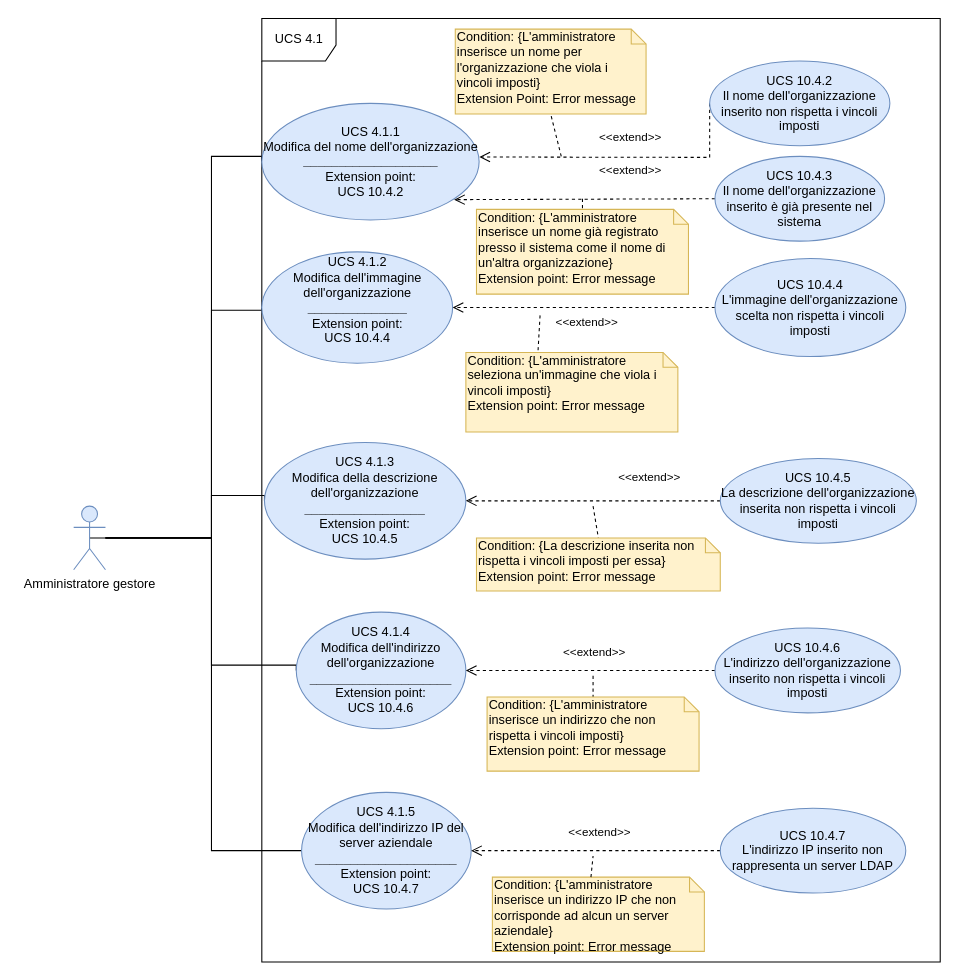
Earlier version of the draw.io diagram DocumentazioneEsterna/AnalisiDeiRequisiti/Sezioni/UseCase/draw.io/UC SERVER/4.1.drawio (qb-team/Stalker-Documentazione). Source tidied: cells renumbered, new cells numbered last; positions are measured from the earlier drawing's top-left corner, leaving out a move shared by most shapes. Both pictures are drawn from the tidied source at 106%, with x=0, y=0 at pixel (73, 18).
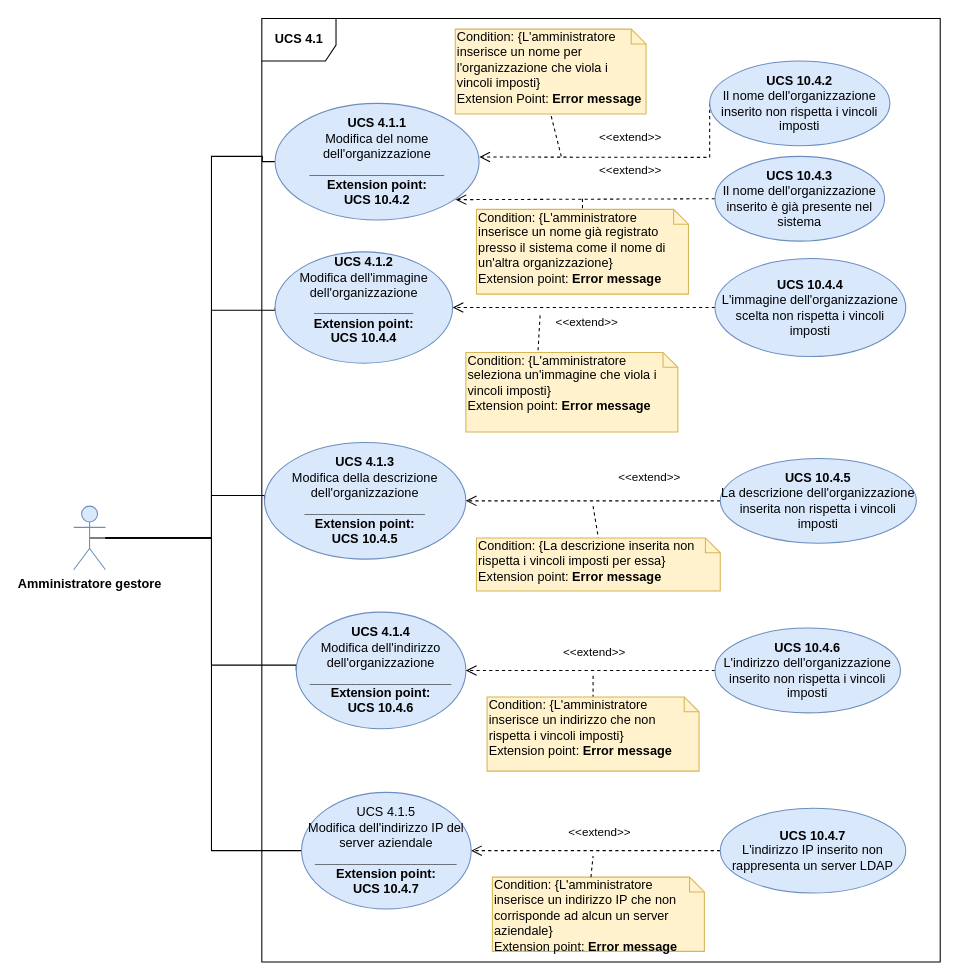
Above is the later version.

The edit, as a diff of the source:
```diff
@@
-    <mxCell id="7" value="Amministratore gestore" style="shape=umlActor;verticalLabelPosition=bottom;labelBackgroundColor=#ffffff;verticalAlign=top;html=1;outlineConnect=0;fillColor=#dae8fc;strokeColor=#6c8ebf;" parent="1" vertex="1">
+    <mxCell id="7" value="&lt;b&gt;Amministratore gestore&lt;/b&gt;" style="shape=umlActor;verticalLabelPosition=bottom;labelBackgroundColor=#ffffff;verticalAlign=top;html=1;outlineConnect=0;fillColor=#dae8fc;strokeColor=#6c8ebf;" parent="1" vertex="1">
       <mxGeometry y="460" width="30" height="60" as="geometry" />
     </mxCell>
-    <mxCell id="8" value="UCS 4.1" style="shape=umlFrame;whiteSpace=wrap;html=1;width=70;height=40;" parent="1" vertex="1">
+    <mxCell id="8" value="&lt;b&gt;UCS 4.1&lt;/b&gt;" style="shape=umlFrame;whiteSpace=wrap;html=1;width=70;height=40;" parent="1" vertex="1">
       <mxGeometry x="177.5" width="640" height="890" as="geometry" />
     </mxCell>
-    <mxCell id="9" value="UCS 4.1.1&lt;br&gt;Modifica del nome dell'organizzazione&lt;br&gt;&lt;b&gt;___________________&lt;br&gt;&lt;/b&gt;Extension point:&lt;br&gt;UCS 10.4.2" style="ellipse;whiteSpace=wrap;html=1;fillColor=#dae8fc;strokeColor=#6c8ebf;" parent="1" vertex="1">
-      <mxGeometry x="177.5" y="80" width="205" height="110" as="geometry" />
+    <mxCell id="9" value="&lt;b&gt;UCS 4.1.1&lt;br&gt;&lt;/b&gt;Modifica del nome dell'organizzazione&lt;br&gt;&lt;b&gt;___________________&lt;br&gt;Extension point:&lt;br&gt;UCS 10.4.2&lt;/b&gt;" style="ellipse;whiteSpace=wrap;html=1;fillColor=#dae8fc;strokeColor=#6c8ebf;" parent="1" vertex="1">
+      <mxGeometry x="190" y="80" width="192.5" height="110" as="geometry" />
     </mxCell>
-    <mxCell id="10" value="UCS 4.1.2&lt;br&gt;Modifica dell'immagine dell'organizzazione&lt;br&gt;&lt;b&gt;______________&lt;/b&gt;&lt;br&gt;Extension point:&lt;br&gt;UCS 10.4.4&lt;br&gt;&lt;span style=&quot;color: rgba(0 , 0 , 0 , 0) ; font-family: monospace ; font-size: 0px ; white-space: nowrap&quot;&gt;dsdsdsdssdddshModel%3E%3Croot%3E%3CmxCell%20id%3D%220%22%2F%3E%3CmxCell%20id%3D%221%22%20parent%3D%220%22%2F%3E%3CmxCell%20id%3D%222%22%20value%3D%22%22%20style%3D%22endArrow%3Dnone%3Bhtml%3D1%3BexitX%3D0.5%3BexitY%3D0.5%3BexitDx%3D0%3BexitDy%3D0%3BexitPerimeter%3D0%3BentryX%3D0%3BentryY%3D0.5%3BentryDx%3D0%3BentryDy%3D0%3B%22%20edge%3D%221%22%20target%3D%223%22%20parent%3D%221%22%3E%3CmxGeometry%20width%3D%2250%22%20height%3D%2250%22%20relative%3D%221%22%20as%3D%22geometry%22%3E%3CmxPoint%20x%3D%225%22%20y%3D%22320%22%20as%3D%22sourcePoint%22%2F%3E%3CmxPoint%20x%3D%22230%22%20y%3D%22250%22%20as%3D%22targetPoint%22%2F%3E%3C%2FmxGeometry%3E%3C%2FmxCell%3E%3CmxCell%20id%3D%223%22%20value%3D%22UCS%204.1.1%26lt%3Bbr%26gt%3BModifica%20del%20nome%20dell'organizzazione%22%20style%3D%22ellipse%3BwhiteSpace%3Dwrap%3Bhtml%3D1%3BfillColor%3D%23dae8fc%3BstrokeColor%3D%236c8ebf%3B%22%20vertex%3D%221%22%20parent%3D%221%22%3E%3CmxGeometry%20x%3D%22225%22%20y%3D%22140%22%20width%3D%22160%22%20height%3D%2280%22%20as%3D%22geometry%22%2F%3E%3C%2FmxCell%3E%3C%2Froot%3E%3C%2FmxGraphModel%3E&lt;/span&gt;&lt;span style=&quot;color: rgba(0 , 0 , 0 , 0) ; font-family: monospace ; font-size: 0px ; white-space: nowrap&quot;&gt;&lt;br&gt;&lt;/span&gt;" style="ellipse;whiteSpace=wrap;html=1;fillColor=#dae8fc;strokeColor=#6c8ebf;" parent="1" vertex="1">
-      <mxGeometry x="177.5" y="220.1" width="180" height="105" as="geometry" />
+    <mxCell id="10" value="&lt;b&gt;UCS 4.1.2&lt;br&gt;&lt;/b&gt;Modifica dell'immagine dell'organizzazione&lt;br&gt;&lt;b&gt;______________&lt;/b&gt;&lt;br&gt;&lt;b&gt;Extension point:&lt;br&gt;UCS 10.4.4&lt;/b&gt;&lt;br&gt;&lt;span style=&quot;color: rgba(0 , 0 , 0 , 0) ; font-family: monospace ; font-size: 0px ; white-space: nowrap&quot;&gt;dsdsdsdssdddshModel%3E%3Croot%3E%3CmxCell%20id%3D%220%22%2F%3E%3CmxCell%20id%3D%221%22%20parent%3D%220%22%2F%3E%3CmxCell%20id%3D%222%22%20value%3D%22%22%20style%3D%22endArrow%3Dnone%3Bhtml%3D1%3BexitX%3D0.5%3BexitY%3D0.5%3BexitDx%3D0%3BexitDy%3D0%3BexitPerimeter%3D0%3BentryX%3D0%3BentryY%3D0.5%3BentryDx%3D0%3BentryDy%3D0%3B%22%20edge%3D%221%22%20target%3D%223%22%20parent%3D%221%22%3E%3CmxGeometry%20width%3D%2250%22%20height%3D%2250%22%20relative%3D%221%22%20as%3D%22geometry%22%3E%3CmxPoint%20x%3D%225%22%20y%3D%22320%22%20as%3D%22sourcePoint%22%2F%3E%3CmxPoint%20x%3D%22230%22%20y%3D%22250%22%20as%3D%22targetPoint%22%2F%3E%3C%2FmxGeometry%3E%3C%2FmxCell%3E%3CmxCell%20id%3D%223%22%20value%3D%22UCS%204.1.1%26lt%3Bbr%26gt%3BModifica%20del%20nome%20dell'organizzazione%22%20style%3D%22ellipse%3BwhiteSpace%3Dwrap%3Bhtml%3D1%3BfillColor%3D%23dae8fc%3BstrokeColor%3D%236c8ebf%3B%22%20vertex%3D%221%22%20parent%3D%221%22%3E%3CmxGeometry%20x%3D%22225%22%20y%3D%22140%22%20width%3D%22160%22%20height%3D%2280%22%20as%3D%22geometry%22%2F%3E%3C%2FmxCell%3E%3C%2Froot%3E%3C%2FmxGraphModel%3E&lt;/span&gt;&lt;span style=&quot;color: rgba(0 , 0 , 0 , 0) ; font-family: monospace ; font-size: 0px ; white-space: nowrap&quot;&gt;&lt;br&gt;&lt;/span&gt;" style="ellipse;whiteSpace=wrap;html=1;fillColor=#dae8fc;strokeColor=#6c8ebf;" parent="1" vertex="1">
+      <mxGeometry x="190" y="220.1" width="167.5" height="105" as="geometry" />
     </mxCell>
-    <mxCell id="11" value="UCS 4.1.3&lt;br&gt;Modifica della descrizione dell'organizzazione&lt;br&gt;&lt;b&gt;_________________&lt;/b&gt;&lt;br&gt;Extension point:&lt;br&gt;UCS 10.4.5" style="ellipse;whiteSpace=wrap;html=1;fillColor=#dae8fc;strokeColor=#6c8ebf;" parent="1" vertex="1">
+    <mxCell id="11" value="&lt;b&gt;UCS 4.1.3&lt;br&gt;&lt;/b&gt;Modifica della descrizione dell'organizzazione&lt;br&gt;&lt;b&gt;_________________&lt;/b&gt;&lt;br&gt;&lt;b&gt;Extension point:&lt;br&gt;UCS 10.4.5&lt;/b&gt;" style="ellipse;whiteSpace=wrap;html=1;fillColor=#dae8fc;strokeColor=#6c8ebf;" parent="1" vertex="1">
       <mxGeometry x="180" y="400" width="190" height="110" as="geometry" />
     </mxCell>
-    <mxCell id="12" value="UCS 4.1.4&lt;br&gt;Modifica dell'indirizzo dell'organizzazione&lt;br&gt;&lt;b&gt;____________________&lt;/b&gt;&lt;br&gt;Extension point:&lt;br&gt;UCS 10.4.6" style="ellipse;whiteSpace=wrap;html=1;fillColor=#dae8fc;strokeColor=#6c8ebf;" parent="1" vertex="1">
+    <mxCell id="12" value="&lt;b&gt;UCS 4.1.4&lt;br&gt;&lt;/b&gt;Modifica dell'indirizzo dell'organizzazione&lt;br&gt;&lt;b&gt;____________________&lt;/b&gt;&lt;br&gt;&lt;b&gt;Extension point:&lt;br&gt;UCS 10.4.6&lt;/b&gt;" style="ellipse;whiteSpace=wrap;html=1;fillColor=#dae8fc;strokeColor=#6c8ebf;" parent="1" vertex="1">
       <mxGeometry x="210" y="560" width="160" height="110" as="geometry" />
     </mxCell>
@@
-    <mxCell id="14" value="UCS 10.4.2&lt;br&gt;Il nome dell'organizzazione inserito non rispetta i vincoli imposti" style="ellipse;whiteSpace=wrap;html=1;fillColor=#dae8fc;strokeColor=#6c8ebf;" parent="1" vertex="1">
+    <mxCell id="14" value="&lt;b&gt;UCS 10.4.2&lt;br&gt;&lt;/b&gt;Il nome dell'organizzazione inserito non rispetta i vincoli imposti" style="ellipse;whiteSpace=wrap;html=1;fillColor=#dae8fc;strokeColor=#6c8ebf;" parent="1" vertex="1">
       <mxGeometry x="600" y="40" width="170" height="80" as="geometry" />
     </mxCell>
@@
-    <mxCell id="16" value="UCS 10.4.3&lt;br&gt;Il nome dell'organizzazione inserito è già presente nel sistema" style="ellipse;whiteSpace=wrap;html=1;fillColor=#dae8fc;strokeColor=#6c8ebf;" parent="1" vertex="1">
+    <mxCell id="16" value="&lt;b&gt;UCS 10.4.3&lt;br&gt;&lt;/b&gt;Il nome dell'organizzazione inserito è già presente nel sistema" style="ellipse;whiteSpace=wrap;html=1;fillColor=#dae8fc;strokeColor=#6c8ebf;" parent="1" vertex="1">
       <mxGeometry x="605" y="130" width="160" height="80" as="geometry" />
     </mxCell>
@@
-    <mxCell id="18" value="UCS 10.4.4&lt;br&gt;L'immagine dell'organizzazione scelta non rispetta i vincoli imposti" style="ellipse;whiteSpace=wrap;html=1;fillColor=#dae8fc;strokeColor=#6c8ebf;" parent="1" vertex="1">
+    <mxCell id="18" value="&lt;b&gt;UCS 10.4.4&lt;br&gt;&lt;/b&gt;L'immagine dell'organizzazione scelta non rispetta i vincoli imposti" style="ellipse;whiteSpace=wrap;html=1;fillColor=#dae8fc;strokeColor=#6c8ebf;" parent="1" vertex="1">
       <mxGeometry x="605" y="226.4" width="180" height="92.5" as="geometry" />
     </mxCell>
@@
-    <mxCell id="20" value="UCS 10.4.5&lt;br&gt;La descrizione dell'organizzazione inserita non rispetta i vincoli imposti" style="ellipse;whiteSpace=wrap;html=1;fillColor=#dae8fc;strokeColor=#6c8ebf;" parent="1" vertex="1">
+    <mxCell id="20" value="&lt;b&gt;UCS 10.4.5&lt;br&gt;&lt;/b&gt;La descrizione dell'organizzazione inserita non rispetta i vincoli imposti" style="ellipse;whiteSpace=wrap;html=1;fillColor=#dae8fc;strokeColor=#6c8ebf;" parent="1" vertex="1">
       <mxGeometry x="610" y="415" width="185" height="80" as="geometry" />
     </mxCell>
@@
-    <mxCell id="22" value="UCS 10.4.6&lt;br&gt;L'indirizzo dell'organizzazione inserito non rispetta i vincoli imposti" style="ellipse;whiteSpace=wrap;html=1;fillColor=#dae8fc;strokeColor=#6c8ebf;" parent="1" vertex="1">
+    <mxCell id="22" value="&lt;b&gt;UCS 10.4.6&lt;br&gt;&lt;/b&gt;L'indirizzo dell'organizzazione inserito non rispetta i vincoli imposti" style="ellipse;whiteSpace=wrap;html=1;fillColor=#dae8fc;strokeColor=#6c8ebf;" parent="1" vertex="1">
       <mxGeometry x="605" y="575" width="175" height="80" as="geometry" />
     </mxCell>
@@
-    <mxCell id="24" value="Condition: {L'amministratore inserisce un nome per l'organizzazione che viola i vincoli imposti}&lt;br&gt;Extension Point: Error message" style="shape=note;whiteSpace=wrap;html=1;size=14;verticalAlign=top;align=left;spacingTop=-6;fillColor=#fff2cc;strokeColor=#d6b656;" parent="1" vertex="1">
+    <mxCell id="24" value="Condition: {L'amministratore inserisce un nome per l'organizzazione che viola i vincoli imposti}&lt;br&gt;Extension Point: &lt;b&gt;Error message&lt;/b&gt;" style="shape=note;whiteSpace=wrap;html=1;size=14;verticalAlign=top;align=left;spacingTop=-6;fillColor=#fff2cc;strokeColor=#d6b656;" parent="1" vertex="1">
       <mxGeometry x="360" y="10" width="180" height="80" as="geometry" />
     </mxCell>
@@
-    <mxCell id="26" value="Condition: {L'amministratore inserisce un nome già registrato presso il sistema come il nome di un'altra organizzazione}&lt;br&gt;Extension point: Error message" style="shape=note;whiteSpace=wrap;html=1;size=14;verticalAlign=top;align=left;spacingTop=-6;fillColor=#fff2cc;strokeColor=#d6b656;" parent="1" vertex="1">
+    <mxCell id="26" value="Condition: {L'amministratore inserisce un nome già registrato presso il sistema come il nome di un'altra organizzazione}&lt;br&gt;Extension point: &lt;b&gt;Error message&lt;/b&gt;" style="shape=note;whiteSpace=wrap;html=1;size=14;verticalAlign=top;align=left;spacingTop=-6;fillColor=#fff2cc;strokeColor=#d6b656;" parent="1" vertex="1">
       <mxGeometry x="380" y="180" width="200" height="80" as="geometry" />
     </mxCell>
@@
-    <mxCell id="28" value="Condition: {L'amministratore seleziona un'immagine che viola i vincoli imposti}&lt;br&gt;Extension point: Error message" style="shape=note;whiteSpace=wrap;html=1;size=14;verticalAlign=top;align=left;spacingTop=-6;fillColor=#fff2cc;strokeColor=#d6b656;" parent="1" vertex="1">
+    <mxCell id="28" value="Condition: {L'amministratore seleziona un'immagine che viola i vincoli imposti}&lt;br&gt;Extension point: &lt;b&gt;Error message&lt;/b&gt;" style="shape=note;whiteSpace=wrap;html=1;size=14;verticalAlign=top;align=left;spacingTop=-6;fillColor=#fff2cc;strokeColor=#d6b656;" parent="1" vertex="1">
       <mxGeometry x="370" y="315" width="200" height="75" as="geometry" />
     </mxCell>
@@
-    <mxCell id="30" value="Condition: {La descrizione inserita non rispetta i vincoli imposti per essa}&lt;br&gt;Extension point: Error message" style="shape=note;whiteSpace=wrap;html=1;size=14;verticalAlign=top;align=left;spacingTop=-6;fillColor=#fff2cc;strokeColor=#d6b656;" parent="1" vertex="1">
+    <mxCell id="30" value="Condition: {La descrizione inserita non rispetta i vincoli imposti per essa}&lt;br&gt;Extension point: &lt;b&gt;Error message&lt;/b&gt;" style="shape=note;whiteSpace=wrap;html=1;size=14;verticalAlign=top;align=left;spacingTop=-6;fillColor=#fff2cc;strokeColor=#d6b656;" parent="1" vertex="1">
       <mxGeometry x="380" y="490" width="230" height="50" as="geometry" />
     </mxCell>
@@
-    <mxCell id="32" value="Condition: {L'amministratore inserisce un indirizzo che non rispetta i vincoli imposti}&lt;br&gt;Extension point: Error message" style="shape=note;whiteSpace=wrap;html=1;size=14;verticalAlign=top;align=left;spacingTop=-6;fillColor=#fff2cc;strokeColor=#d6b656;" parent="1" vertex="1">
+    <mxCell id="32" value="Condition: {L'amministratore inserisce un indirizzo che non rispetta i vincoli imposti}&lt;br&gt;Extension point: &lt;b&gt;Error message&lt;/b&gt;" style="shape=note;whiteSpace=wrap;html=1;size=14;verticalAlign=top;align=left;spacingTop=-6;fillColor=#fff2cc;strokeColor=#d6b656;" parent="1" vertex="1">
       <mxGeometry x="390" y="640" width="200" height="70" as="geometry" />
     </mxCell>
-    <mxCell id="33" value="UCS 4.1.5&lt;br&gt;Modifica dell'indirizzo IP del server aziendale&lt;br&gt;&lt;b&gt;____________________&lt;/b&gt;&lt;br&gt;Extension point:&lt;br&gt;UCS 10.4.7" style="ellipse;whiteSpace=wrap;html=1;fillColor=#dae8fc;strokeColor=#6c8ebf;" parent="1" vertex="1">
+    <mxCell id="33" value="UCS 4.1.5&lt;br&gt;Modifica dell'indirizzo IP del server aziendale&lt;br&gt;&lt;b&gt;____________________&lt;/b&gt;&lt;br&gt;&lt;b&gt;Extension point:&lt;br&gt;UCS 10.4.7&lt;/b&gt;" style="ellipse;whiteSpace=wrap;html=1;fillColor=#dae8fc;strokeColor=#6c8ebf;" parent="1" vertex="1">
       <mxGeometry x="215" y="730" width="160" height="110" as="geometry" />
     </mxCell>
@@
-    <mxCell id="35" value="UCS 10.4.7&lt;br&gt;L'indirizzo IP inserito non rappresenta un server LDAP" style="ellipse;whiteSpace=wrap;html=1;fillColor=#dae8fc;strokeColor=#6c8ebf;" parent="1" vertex="1">
+    <mxCell id="35" value="&lt;b&gt;UCS 10.4.7&lt;br&gt;&lt;/b&gt;L'indirizzo IP inserito non rappresenta un server LDAP" style="ellipse;whiteSpace=wrap;html=1;fillColor=#dae8fc;strokeColor=#6c8ebf;" parent="1" vertex="1">
       <mxGeometry x="610" y="745" width="175" height="80" as="geometry" />
     </mxCell>
-    <mxCell id="36" value="Condition: {L'amministratore inserisce un indirizzo IP che non corrisponde ad alcun un server aziendale}&lt;br&gt;Extension point: Error message" style="shape=note;whiteSpace=wrap;html=1;size=14;verticalAlign=top;align=left;spacingTop=-6;fillColor=#fff2cc;strokeColor=#d6b656;" parent="1" vertex="1">
+    <mxCell id="36" value="Condition: {L'amministratore inserisce un indirizzo IP che non corrisponde ad alcun un server aziendale}&lt;br&gt;Extension point: &lt;b&gt;Error message&lt;/b&gt;" style="shape=note;whiteSpace=wrap;html=1;size=14;verticalAlign=top;align=left;spacingTop=-6;fillColor=#fff2cc;strokeColor=#d6b656;" parent="1" vertex="1">
       <mxGeometry x="395" y="810" width="200" height="70" as="geometry" />
     </mxCell>
```
